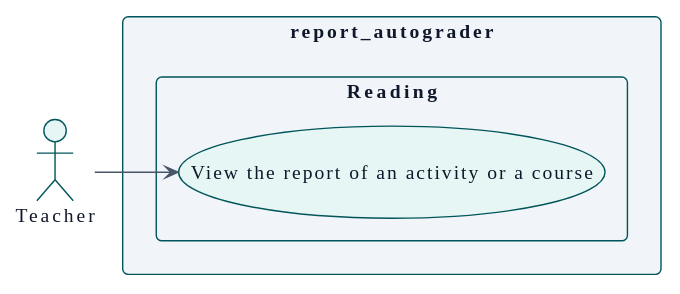
The PlantUML diagram docs/es/technical/requirements/use-cases-teacher.svg in didactika/moodle-report_autograder, before a commit.
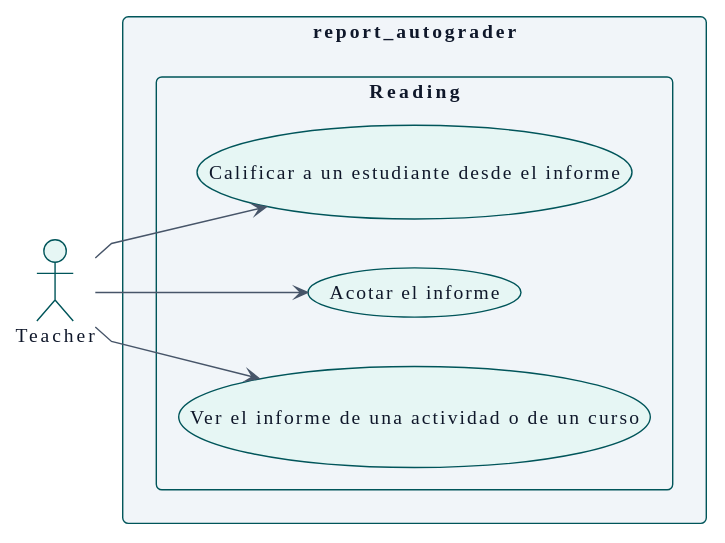
Later version of the same file.

The edit, as a diff of the source:
```diff
@@ -110,9 +110,13 @@
 
 rectangle "report_autograder" {
   package "Reading" {
-    usecase "View the report of an activity or a course" as UC_viewReport
+    usecase "Ver el informe de una actividad o de un curso" as UC_viewReport
+    usecase "Acotar el informe" as UC_narrowReport
+    usecase "Calificar a un estudiante desde el informe" as UC_gradeFromReport
   }
 }
 
 A_Teacher --> UC_viewReport
+A_Teacher --> UC_narrowReport
+A_Teacher --> UC_gradeFromReport
 @enduml
```
